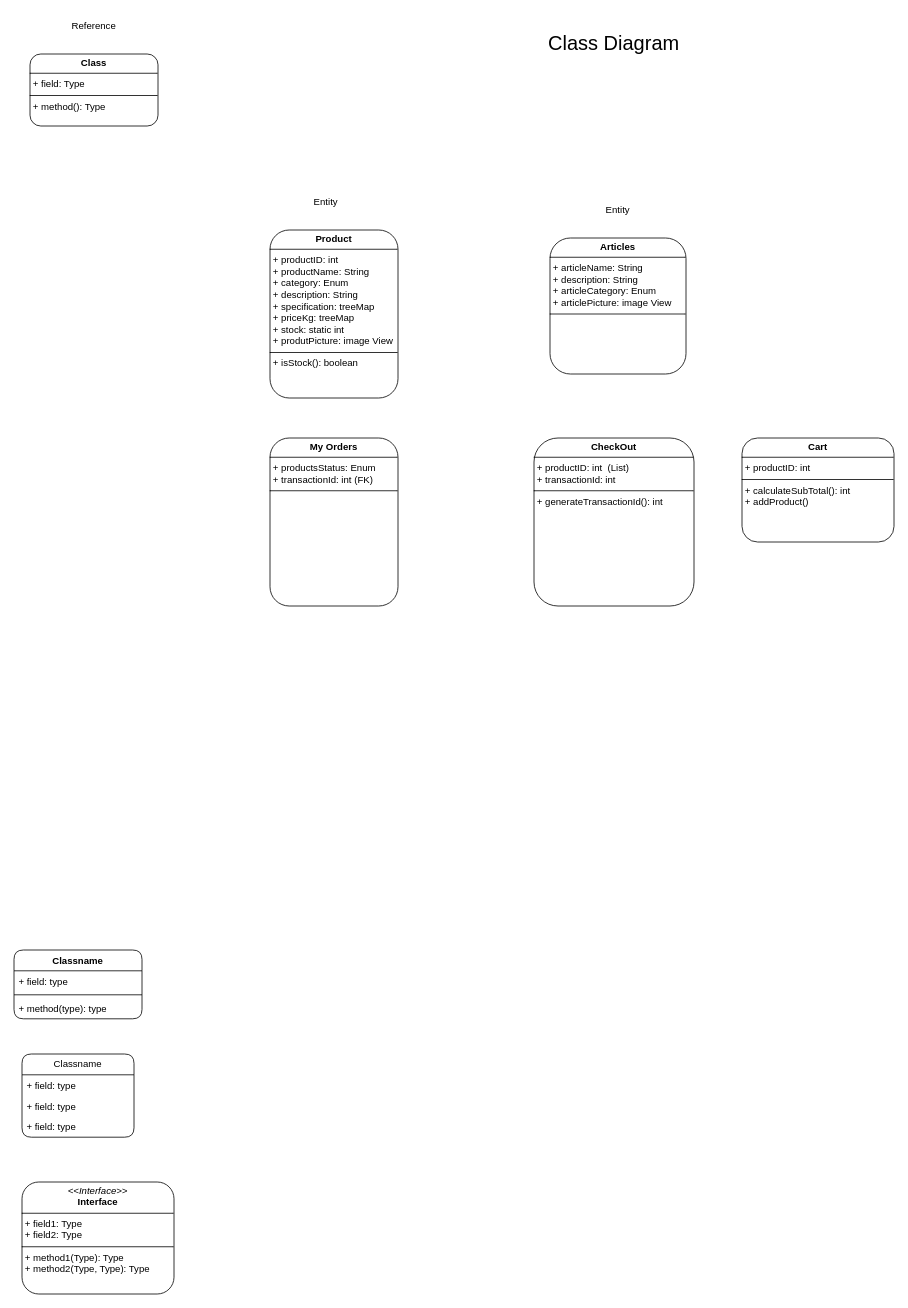
DevX300/TaniMart-UML keeps this draw.io diagram as TaniMart Class Diagram.drawio. Above is the earlier version. Source tidied: cells renumbered, new cells numbered last; positions are measured from the earlier drawing's top-left corner, leaving out a move shared by most shapes. Both pictures are drawn from the tidied source at 80%, with x=0, y=0 at pixel (14, 14).
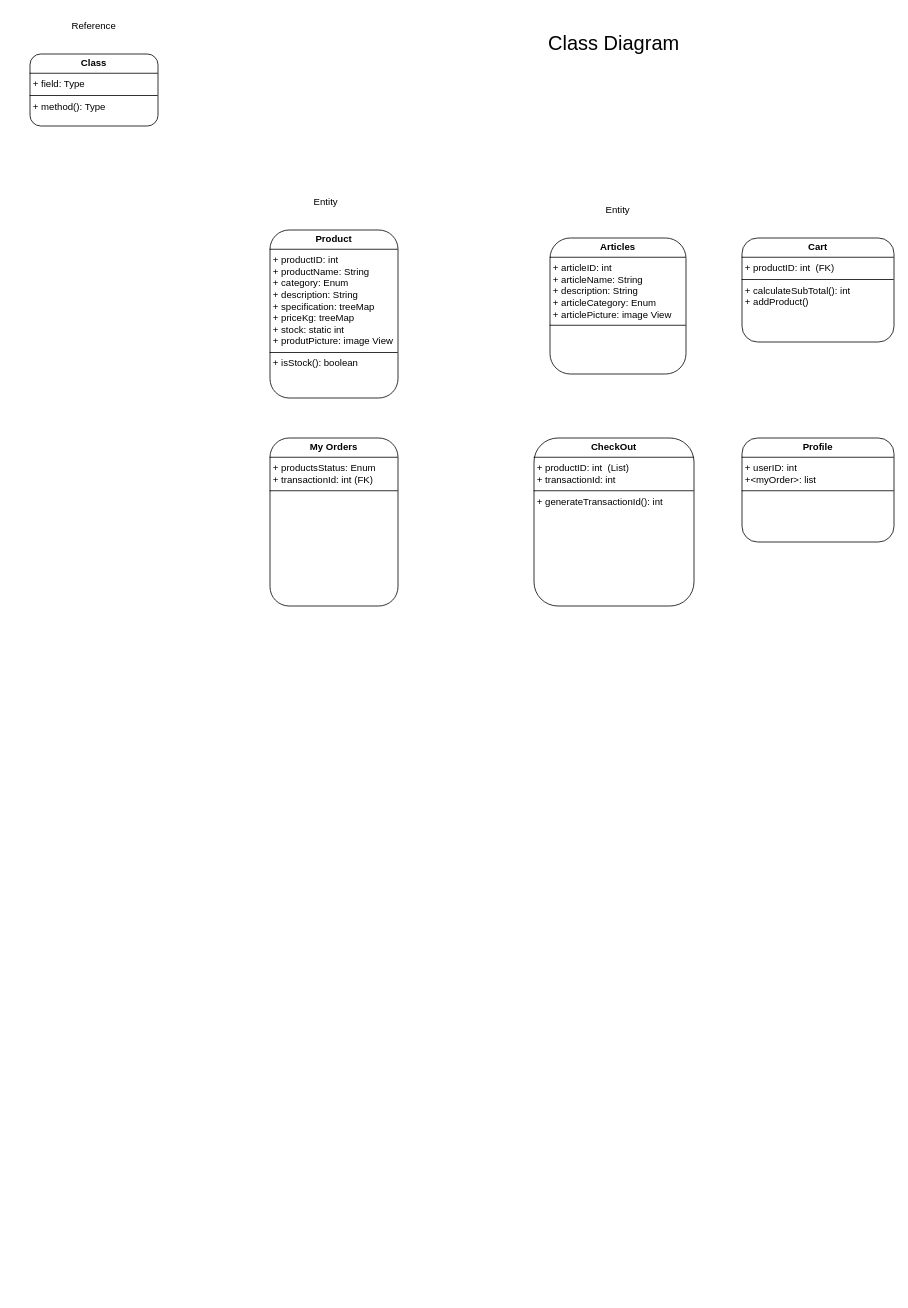
The same diagram, later.

Change to the diagram source:
```diff
@@
-    <mxCell id="2" value="Classname" style="swimlane;fontStyle=1;align=center;verticalAlign=top;horizontal=1;startSize=26;whiteSpace=wrap;html=1;rounded=1;" parent="1" vertex="1">
-      <mxGeometry y="1170" width="160" height="86" as="geometry" />
-    </mxCell>
-    <mxCell id="3" value="+ field: type" style="text;strokeColor=none;fillColor=none;align=left;verticalAlign=top;spacingLeft=4;spacingRight=4;overflow=hidden;whiteSpace=wrap;html=1;rounded=1;" parent="2" vertex="1">
-      <mxGeometry y="26" width="160" height="26" as="geometry" />
-    </mxCell>
-    <mxCell id="4" style="line;strokeWidth=1;fillColor=none;align=left;verticalAlign=middle;spacingTop=-1;spacingLeft=3;spacingRight=3;labelPosition=right;strokeColor=inherit;rounded=1;" parent="2" vertex="1">
-      <mxGeometry y="52" width="160" height="8" as="geometry" />
-    </mxCell>
-    <mxCell id="5" value="+ method(type): type" style="text;strokeColor=none;fillColor=none;align=left;verticalAlign=top;spacingLeft=4;spacingRight=4;overflow=hidden;whiteSpace=wrap;html=1;rounded=1;" parent="2" vertex="1">
-      <mxGeometry y="60" width="160" height="26" as="geometry" />
-    </mxCell>
-    <mxCell id="6" value="Classname" style="swimlane;fontStyle=0;horizontal=1;startSize=26;fillColor=none;whiteSpace=wrap;html=1;rounded=1;" parent="1" vertex="1">
-      <mxGeometry x="10" y="1300" width="140" height="104" as="geometry" />
-    </mxCell>
-    <mxCell id="7" value="+ field: type" style="text;strokeColor=none;fillColor=none;align=left;verticalAlign=top;spacingLeft=4;spacingRight=4;overflow=hidden;whiteSpace=wrap;html=1;rounded=1;" parent="6" vertex="1">
-      <mxGeometry y="26" width="140" height="26" as="geometry" />
-    </mxCell>
-    <mxCell id="8" value="+ field: type" style="text;strokeColor=none;fillColor=none;align=left;verticalAlign=top;spacingLeft=4;spacingRight=4;overflow=hidden;whiteSpace=wrap;html=1;rounded=1;" parent="6" vertex="1">
-      <mxGeometry y="52" width="140" height="26" as="geometry" />
-    </mxCell>
-    <mxCell id="9" value="+ field: type" style="text;strokeColor=none;fillColor=none;align=left;verticalAlign=top;spacingLeft=4;spacingRight=4;overflow=hidden;whiteSpace=wrap;html=1;rounded=1;" parent="6" vertex="1">
-      <mxGeometry y="78" width="140" height="26" as="geometry" />
-    </mxCell>
-    <mxCell id="10" value="&lt;p style=&quot;margin:0px;margin-top:4px;text-align:center;&quot;&gt;&lt;i&gt;&amp;lt;&amp;lt;Interface&amp;gt;&amp;gt;&lt;/i&gt;&lt;br/&gt;&lt;b&gt;Interface&lt;/b&gt;&lt;/p&gt;&lt;hr size=&quot;1&quot; style=&quot;border-style:solid;&quot;/&gt;&lt;p style=&quot;margin:0px;margin-left:4px;&quot;&gt;+ field1: Type&lt;br/&gt;+ field2: Type&lt;/p&gt;&lt;hr size=&quot;1&quot; style=&quot;border-style:solid;&quot;/&gt;&lt;p style=&quot;margin:0px;margin-left:4px;&quot;&gt;+ method1(Type): Type&lt;br/&gt;+ method2(Type, Type): Type&lt;/p&gt;" style="verticalAlign=top;align=left;overflow=fill;html=1;whiteSpace=wrap;rounded=1;" parent="1" vertex="1">
-      <mxGeometry x="10" y="1460" width="190" height="140" as="geometry" />
-    </mxCell>
@@
-    <mxCell id="16" value="&lt;p style=&quot;margin:0px;margin-top:4px;text-align:center;&quot;&gt;&lt;b&gt;Articles&lt;/b&gt;&lt;/p&gt;&lt;hr size=&quot;1&quot; style=&quot;border-style:solid;&quot;&gt;&lt;p style=&quot;margin:0px;margin-left:4px;&quot;&gt;+ articleName: String&lt;/p&gt;&lt;p style=&quot;margin:0px;margin-left:4px;&quot;&gt;+ description: String&lt;/p&gt;&lt;p style=&quot;margin:0px;margin-left:4px;&quot;&gt;+ articleCategory: Enum&lt;/p&gt;&lt;p style=&quot;margin:0px;margin-left:4px;&quot;&gt;+ articlePicture: image View&amp;nbsp;&lt;/p&gt;&lt;hr size=&quot;1&quot; style=&quot;border-style:solid;&quot;&gt;&lt;p style=&quot;margin:0px;margin-left:4px;&quot;&gt;&lt;br&gt;&lt;/p&gt;" style="verticalAlign=top;align=left;overflow=fill;html=1;whiteSpace=wrap;rounded=1;" parent="1" vertex="1">
+    <mxCell id="16" value="&lt;p style=&quot;margin:0px;margin-top:4px;text-align:center;&quot;&gt;&lt;b&gt;Articles&lt;/b&gt;&lt;/p&gt;&lt;hr size=&quot;1&quot; style=&quot;border-style:solid;&quot;&gt;&lt;p style=&quot;margin:0px;margin-left:4px;&quot;&gt;+ articleID: int&lt;/p&gt;&lt;p style=&quot;margin:0px;margin-left:4px;&quot;&gt;+ articleName: String&lt;/p&gt;&lt;p style=&quot;margin:0px;margin-left:4px;&quot;&gt;+ description: String&lt;/p&gt;&lt;p style=&quot;margin:0px;margin-left:4px;&quot;&gt;+ articleCategory: Enum&lt;/p&gt;&lt;p style=&quot;margin:0px;margin-left:4px;&quot;&gt;+ articlePicture: image View&amp;nbsp;&lt;/p&gt;&lt;hr size=&quot;1&quot; style=&quot;border-style:solid;&quot;&gt;&lt;p style=&quot;margin:0px;margin-left:4px;&quot;&gt;&lt;br&gt;&lt;/p&gt;" style="verticalAlign=top;align=left;overflow=fill;html=1;whiteSpace=wrap;rounded=1;" parent="1" vertex="1">
       <mxGeometry x="670" y="280" width="170" height="170" as="geometry" />
     </mxCell>
@@
-    <mxCell id="20" value="&lt;p style=&quot;margin:0px;margin-top:4px;text-align:center;&quot;&gt;&lt;b&gt;Cart&lt;/b&gt;&lt;/p&gt;&lt;hr size=&quot;1&quot; style=&quot;border-style:solid;&quot;&gt;&lt;p style=&quot;margin:0px;margin-left:4px;&quot;&gt;+ productID: int&lt;/p&gt;&lt;hr size=&quot;1&quot; style=&quot;border-style:solid;&quot;&gt;&lt;p style=&quot;margin:0px;margin-left:4px;&quot;&gt;+ calculateSubTotal(): int&lt;/p&gt;&lt;p style=&quot;margin:0px;margin-left:4px;&quot;&gt;+ addProduct()&lt;/p&gt;" style="verticalAlign=top;align=left;overflow=fill;html=1;whiteSpace=wrap;rounded=1;" parent="1" vertex="1">
+    <mxCell id="20" value="&lt;p style=&quot;margin:0px;margin-top:4px;text-align:center;&quot;&gt;&lt;b&gt;Profile&lt;/b&gt;&lt;/p&gt;&lt;hr size=&quot;1&quot; style=&quot;border-style:solid;&quot;&gt;&lt;p style=&quot;margin:0px;margin-left:4px;&quot;&gt;+ userID: int&lt;/p&gt;&lt;p style=&quot;margin:0px;margin-left:4px;&quot;&gt;+&amp;lt;myOrder&amp;gt;: list&amp;nbsp;&lt;/p&gt;&lt;hr size=&quot;1&quot; style=&quot;border-style:solid;&quot;&gt;&lt;p style=&quot;margin:0px;margin-left:4px;&quot;&gt;&lt;br&gt;&lt;/p&gt;" style="verticalAlign=top;align=left;overflow=fill;html=1;whiteSpace=wrap;rounded=1;" parent="1" vertex="1">
       <mxGeometry x="910" y="530" width="190" height="130" as="geometry" />
     </mxCell>
+    <mxCell id="21" value="&lt;p style=&quot;margin:0px;margin-top:4px;text-align:center;&quot;&gt;&lt;b&gt;Cart&lt;/b&gt;&lt;/p&gt;&lt;hr size=&quot;1&quot; style=&quot;border-style:solid;&quot;&gt;&lt;p style=&quot;margin:0px;margin-left:4px;&quot;&gt;+ productID: int&amp;nbsp; (FK)&lt;/p&gt;&lt;hr size=&quot;1&quot; style=&quot;border-style:solid;&quot;&gt;&lt;p style=&quot;margin:0px;margin-left:4px;&quot;&gt;+ calculateSubTotal(): int&lt;/p&gt;&lt;p style=&quot;margin:0px;margin-left:4px;&quot;&gt;+ addProduct()&lt;/p&gt;" style="verticalAlign=top;align=left;overflow=fill;html=1;whiteSpace=wrap;rounded=1;" parent="1" vertex="1">
+      <mxGeometry x="910" y="280" width="190" height="130" as="geometry" />
+    </mxCell>
```
